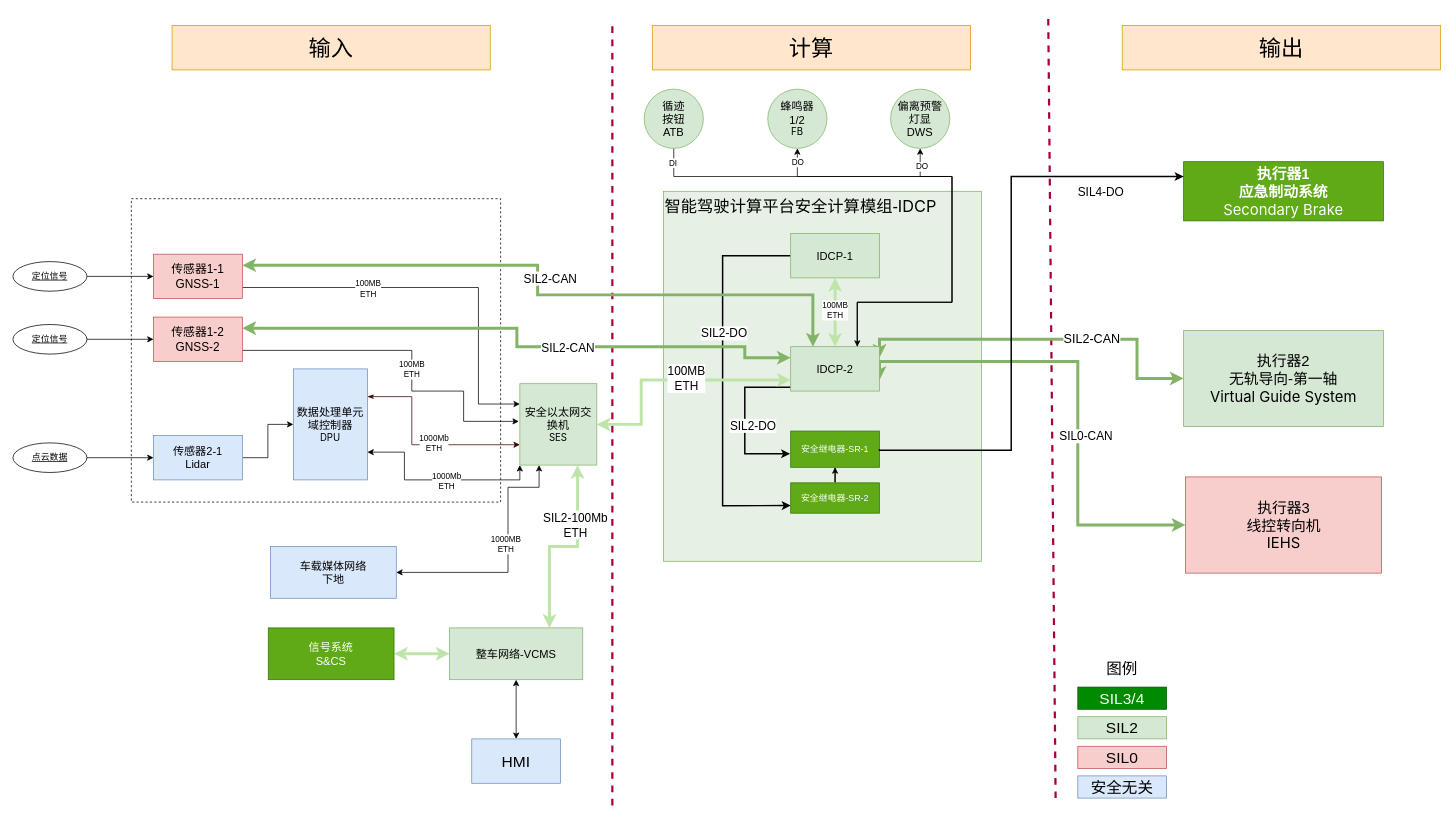
Before: page "循迹系统全连接图-240415update" (1 of 8) of 马来DAS系统关联关系图.drawio in FrankWong-cs/SharingwithColleagues, a draw.io diagram. Source tidied: cells renumbered, new cells numbered last; positions are measured from the earlier drawing's top-left corner, leaving out a move shared by most shapes. Both pictures are drawn from the tidied source at 74%, with x=0, y=0 at pixel (13, 13).
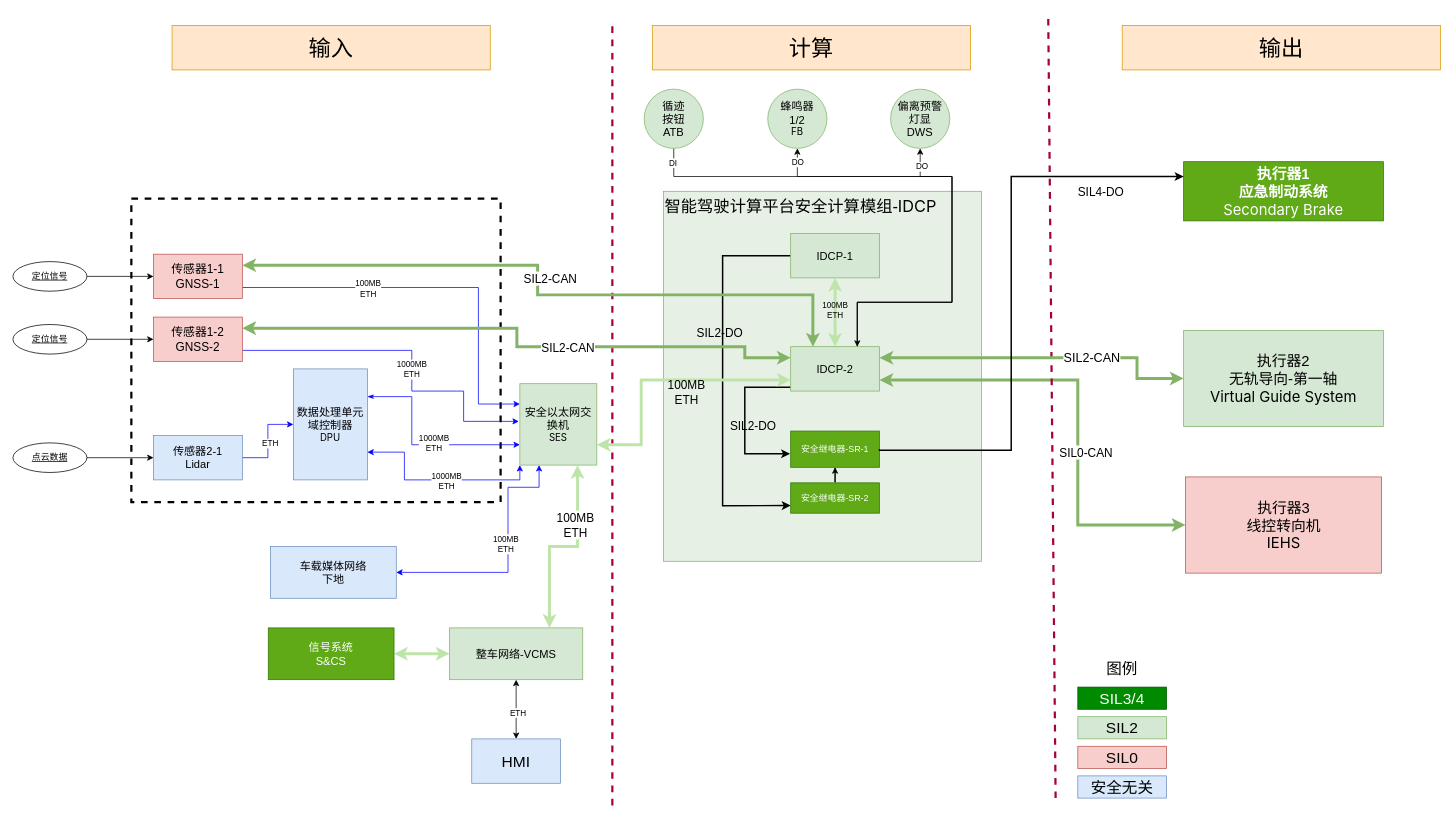
After the change.

Commit message:
Update 马来DAS系统关联关系图.drawio

The change refers to these unchanged cells:
```xml
<mxCell id="5" value="传感器1-1&lt;br style=&quot;font-size: 16px;&quot;&gt;GNSS-1" style="rounded=0;whiteSpace=wrap;html=1;fillColor=#f8cecc;strokeColor=#b85450;fontSize=16;" parent="1" vertex="1">
  <mxGeometry x="190" y="325" width="120" height="60" as="geometry" />
</mxCell>
<mxCell id="8" value="传感器1-2&lt;br style=&quot;font-size: 16px;&quot;&gt;GNSS-2" style="rounded=0;whiteSpace=wrap;html=1;fillColor=#f8cecc;strokeColor=#b85450;fontSize=16;" parent="1" vertex="1">
  <mxGeometry x="190" y="410" width="120" height="60" as="geometry" />
</mxCell>
<mxCell id="10" value="传感器2-1&lt;br style=&quot;font-size: 15px;&quot;&gt;Lidar" style="rounded=0;whiteSpace=wrap;html=1;fillColor=#dae8fc;strokeColor=#6c8ebf;fontSize=15;" parent="1" vertex="1">
  <mxGeometry x="190" y="570" width="120" height="60" as="geometry" />
</mxCell>
<mxCell id="21" value="数据处理单元&lt;div&gt;域控制器&lt;/div&gt;&lt;div&gt;&lt;div style=&quot;font-size: 13px;&quot;&gt;&lt;div style=&quot;white-space: pre;&quot;&gt;&lt;span style=&quot;font-family: LarkHackSafariFont, LarkEmojiFont, LarkChineseQuote, -apple-system, BlinkMacSystemFont, &amp;quot;Helvetica Neue&amp;quot;, Tahoma, &amp;quot;PingFang SC&amp;quot;, &amp;quot;Microsoft Yahei&amp;quot;, Arial, &amp;quot;Hiragino Sans GB&amp;quot;, sans-serif, &amp;quot;Apple Color Emoji&amp;quot;, &amp;quot;Segoe UI Emoji&amp;quot;, &amp;quot;Segoe UI Symbol&amp;quot;, &amp;quot;Noto Color Emoji&amp;quot;;&quot;&gt;DPU&lt;/span&gt;&lt;/div&gt;&lt;/div&gt;&lt;/div&gt;" style="whiteSpace=wrap;html=1;align=center;fillColor=#dae8fc;strokeColor=#6c8ebf;verticalAlign=middle;fontSize=15;" parent="1" vertex="1">
  <mxGeometry x="379" y="480" width="100" height="150" as="geometry" />
</mxCell>
<mxCell id="25" value="&lt;div style=&quot;font-size: 20px;&quot;&gt;&lt;font style=&quot;font-size: 20px;&quot;&gt;执行器3&lt;br style=&quot;font-size: 20px;&quot;&gt;&lt;/font&gt;&lt;/div&gt;&lt;font style=&quot;font-size: 20px;&quot;&gt;线控转向机&lt;br style=&quot;font-size: 20px;&quot;&gt;&lt;div style=&quot;font-size: 20px;&quot;&gt;&lt;div style=&quot;white-space: pre; font-size: 20px;&quot;&gt;&lt;span style=&quot;font-family: LarkHackSafariFont, LarkEmojiFont, LarkChineseQuote, -apple-system, BlinkMacSystemFont, &amp;quot;Helvetica Neue&amp;quot;, Tahoma, &amp;quot;PingFang SC&amp;quot;, &amp;quot;Microsoft Yahei&amp;quot;, Arial, &amp;quot;Hiragino Sans GB&amp;quot;, sans-serif, &amp;quot;Apple Color Emoji&amp;quot;, &amp;quot;Segoe UI Emoji&amp;quot;, &amp;quot;Segoe UI Symbol&amp;quot;, &amp;quot;Noto Color Emoji&amp;quot;; font-size: 20px;&quot;&gt;IEHS&lt;/span&gt;&lt;/div&gt;&lt;/div&gt;&lt;/font&gt;" style="whiteSpace=wrap;html=1;align=center;fontSize=20;fillColor=#f8cecc;strokeColor=#b85450;" parent="1" vertex="1">
  <mxGeometry x="1584.5" y="626" width="265" height="130" as="geometry" />
</mxCell>
<mxCell id="29" style="edgeStyle=orthogonalEdgeStyle;rounded=0;jettySize=auto;html=1;exitX=0.75;exitY=0;exitDx=0;exitDy=0;strokeWidth=4;startArrow=classic;startFill=1;fillColor=#d5e8d4;strokeColor=#bfe4aa;entryX=0.75;entryY=1;entryDx=0;entryDy=0;" parent="1" edge="1" source="32" target="60">
  <mxGeometry relative="1" as="geometry" />
</mxCell>
<mxCell id="31" style="edgeStyle=orthogonalEdgeStyle;rounded=0;jettySize=auto;html=1;exitX=0.5;exitY=1;exitDx=0;exitDy=0;entryX=0.5;entryY=0;entryDx=0;entryDy=0;startArrow=classic;startFill=1;" parent="1" edge="1" source="32" target="41">
  <mxGeometry relative="1" as="geometry" />
</mxCell>
<mxCell id="37" value="执行器2&lt;br style=&quot;font-size: 20px;&quot;&gt;无轨导向-第一轴&lt;div style=&quot;font-size: 20px;&quot;&gt;&lt;div style=&quot;font-size: 20px;&quot;&gt;&lt;div style=&quot;white-space: pre; font-size: 20px;&quot;&gt;&lt;span style=&quot;font-family: LarkHackSafariFont, LarkEmojiFont, LarkChineseQuote, -apple-system, BlinkMacSystemFont, &amp;quot;Helvetica Neue&amp;quot;, Tahoma, &amp;quot;PingFang SC&amp;quot;, &amp;quot;Microsoft Yahei&amp;quot;, Arial, &amp;quot;Hiragino Sans GB&amp;quot;, sans-serif, &amp;quot;Apple Color Emoji&amp;quot;, &amp;quot;Segoe UI Emoji&amp;quot;, &amp;quot;Segoe UI Symbol&amp;quot;, &amp;quot;Noto Color Emoji&amp;quot;; font-size: 20px;&quot;&gt;Virtual Guide System&lt;/span&gt;&lt;/div&gt;&lt;/div&gt;&lt;/div&gt;" style="whiteSpace=wrap;html=1;align=center;fontSize=20;fillColor=#d5e8d4;strokeColor=#82b366;" parent="1" vertex="1">
  <mxGeometry x="1582" y="428" width="270" height="130" as="geometry" />
</mxCell>
<mxCell id="42" style="edgeStyle=orthogonalEdgeStyle;rounded=0;jettySize=auto;html=1;exitX=0;exitY=0.5;exitDx=0;exitDy=0;entryX=0;entryY=0.75;entryDx=0;entryDy=0;strokeWidth=2;" parent="1" edge="1" source="44" target="57">
  <mxGeometry relative="1" as="geometry">
    <Array as="points">
      <mxPoint x="959" y="327" />
      <mxPoint x="959" y="665" />
    </Array>
  </mxGeometry>
</mxCell>
<mxCell id="45" style="edgeStyle=orthogonalEdgeStyle;rounded=0;jettySize=auto;html=1;exitX=0;exitY=0.913;exitDx=0;exitDy=0;entryX=-0.007;entryY=0.626;entryDx=0;entryDy=0;strokeWidth=2;exitPerimeter=0;entryPerimeter=0;" parent="1" edge="1" source="54" target="55">
  <mxGeometry relative="1" as="geometry">
    <Array as="points">
      <mxPoint x="989" y="505" />
      <mxPoint x="989" y="595" />
      <mxPoint x="1050" y="595" />
    </Array>
  </mxGeometry>
</mxCell>
<mxCell id="47" style="edgeStyle=orthogonalEdgeStyle;rounded=0;jettySize=auto;html=1;entryX=0.5;entryY=1;entryDx=0;entryDy=0;startArrow=classic;startFill=1;strokeColor=#bfe4aa;strokeWidth=4;fillColor=#d5e8d4;" parent="1" edge="1" source="54" target="44">
  <mxGeometry relative="1" as="geometry" />
</mxCell>
<mxCell id="54" value="IDCP-2" style="rounded=0;whiteSpace=wrap;html=1;fillColor=#d5e8d4;fontColor=default;strokeColor=#82b366;fontSize=15;" parent="1" vertex="1">
  <mxGeometry x="1051" y="450" width="120" height="60" as="geometry" />
</mxCell>
<mxCell id="60" value="安全以太网交换机&lt;div&gt;&lt;div style=&quot;font-size: 13px;&quot;&gt;&lt;div style=&quot;white-space: pre;&quot;&gt;&lt;span style=&quot;font-family: LarkHackSafariFont, LarkEmojiFont, LarkChineseQuote, -apple-system, BlinkMacSystemFont, &amp;quot;Helvetica Neue&amp;quot;, Tahoma, &amp;quot;PingFang SC&amp;quot;, &amp;quot;Microsoft Yahei&amp;quot;, Arial, &amp;quot;Hiragino Sans GB&amp;quot;, sans-serif, &amp;quot;Apple Color Emoji&amp;quot;, &amp;quot;Segoe UI Emoji&amp;quot;, &amp;quot;Segoe UI Symbol&amp;quot;, &amp;quot;Noto Color Emoji&amp;quot;;&quot;&gt;SES&lt;/span&gt;&lt;/div&gt;&lt;/div&gt;&lt;/div&gt;" style="whiteSpace=wrap;html=1;align=center;fontSize=15;fillColor=#d5e8d4;strokeColor=#82b366;" parent="1" vertex="1">
  <mxGeometry x="685" y="500" width="104" height="110" as="geometry" />
</mxCell>
<mxCell id="75" value="车载媒体网络&lt;br&gt;下地" style="whiteSpace=wrap;html=1;align=center;fontSize=15;fillColor=#dae8fc;fontColor=default;strokeColor=#6c8ebf;rounded=0;" parent="1" vertex="1">
  <mxGeometry x="348" y="720" width="170" height="70" as="geometry" />
</mxCell>
```

Diff of the diagram source:
```diff
@@
-    <mxCell id="2" style="rounded=0;whiteSpace=wrap;html=1;fillStyle=dashed;dashed=1;" parent="1" vertex="1">
+    <mxCell id="2" style="rounded=0;whiteSpace=wrap;html=1;fillStyle=dashed;dashed=1;strokeWidth=3;" parent="1" vertex="1">
       <mxGeometry x="160" y="250" width="499" height="410" as="geometry" />
     </mxCell>
-    <mxCell id="3" style="edgeStyle=orthogonalEdgeStyle;rounded=0;jettySize=auto;html=1;exitX=1;exitY=0.75;exitDx=0;exitDy=0;entryX=0;entryY=0.25;entryDx=0;entryDy=0;" parent="1" edge="1" source="5" target="60">
+    <mxCell id="3" style="edgeStyle=orthogonalEdgeStyle;rounded=0;jettySize=auto;html=1;exitX=1;exitY=0.75;exitDx=0;exitDy=0;entryX=0;entryY=0.25;entryDx=0;entryDy=0;strokeColor=#0000FF;" parent="1" edge="1" source="5" target="60">
       <mxGeometry relative="1" as="geometry">
         <Array as="points">
           <mxPoint x="629" y="370" />
           <mxPoint x="629" y="528" />
         </Array>
       </mxGeometry>
     </mxCell>
@@
-    <mxCell id="6" style="edgeStyle=orthogonalEdgeStyle;rounded=0;jettySize=auto;html=1;exitX=1;exitY=0.75;exitDx=0;exitDy=0;fontFamily=Helvetica;fontSize=15;fontColor=#ffffff;entryX=-0.013;entryY=0.463;entryDx=0;entryDy=0;entryPerimeter=0;" parent="1" edge="1" source="8" target="60">
+    <mxCell id="6" style="edgeStyle=orthogonalEdgeStyle;rounded=0;jettySize=auto;html=1;exitX=1;exitY=0.75;exitDx=0;exitDy=0;fontFamily=Helvetica;fontSize=15;fontColor=#ffffff;entryX=-0.013;entryY=0.463;entryDx=0;entryDy=0;entryPerimeter=0;strokeColor=#0000FF;" parent="1" edge="1" source="8" target="60">
       <mxGeometry relative="1" as="geometry">
         <Array as="points">
           <mxPoint x="539" y="455" />
           <mxPoint x="539" y="510" />
           <mxPoint x="609" y="510" />
           <mxPoint x="609" y="551" />
         </Array>
       </mxGeometry>
     </mxCell>
-    <mxCell id="7" value="&lt;font color=&quot;#000000&quot;&gt;100MB&lt;/font&gt;&lt;div&gt;&lt;font color=&quot;#000000&quot;&gt;ETH&lt;/font&gt;&lt;/div&gt;" style="edgeLabel;html=1;align=center;verticalAlign=middle;fontSize=11;fontFamily=Helvetica;fontColor=default;" parent="6" vertex="1">
+    <mxCell id="7" value="&lt;font color=&quot;#000000&quot;&gt;1000MB&lt;/font&gt;&lt;div&gt;&lt;font color=&quot;#000000&quot;&gt;ETH&lt;/font&gt;&lt;/div&gt;" style="edgeLabel;html=1;align=center;verticalAlign=middle;fontSize=11;fontFamily=Helvetica;fontColor=default;" parent="6" vertex="1">
       <mxGeometry x="-0.03" relative="1" as="geometry">
         <mxPoint y="25" as="offset" />
       </mxGeometry>
     </mxCell>
@@
-    <mxCell id="9" style="edgeStyle=orthogonalEdgeStyle;rounded=0;jettySize=auto;html=1;exitX=1;exitY=0.5;exitDx=0;exitDy=0;" parent="1" edge="1" source="10" target="21">
+    <mxCell id="9" style="edgeStyle=orthogonalEdgeStyle;rounded=0;jettySize=auto;html=1;exitX=1;exitY=0.5;exitDx=0;exitDy=0;strokeColor=#0000FF;" parent="1" edge="1" source="10" target="21">
       <mxGeometry relative="1" as="geometry" />
     </mxCell>
+    <mxCell id="81" value="&amp;nbsp;ETH" style="edgeLabel;html=1;align=center;verticalAlign=middle;" parent="9" vertex="1">
+      <mxGeometry x="-0.06" y="-1" relative="1" as="geometry" />
+    </mxCell>
@@
-    <mxCell id="17" style="edgeStyle=orthogonalEdgeStyle;rounded=0;jettySize=auto;html=1;exitX=1;exitY=0.25;exitDx=0;exitDy=0;strokeWidth=1;startArrow=classicThin;startFill=1;strokeColor=#330000;entryX=0;entryY=0.75;entryDx=0;entryDy=0;" parent="1" edge="1" source="21" target="60">
+    <mxCell id="17" style="edgeStyle=orthogonalEdgeStyle;rounded=0;jettySize=auto;html=1;exitX=1;exitY=0.25;exitDx=0;exitDy=0;strokeWidth=1;startArrow=classicThin;startFill=1;strokeColor=#0000FF;entryX=0;entryY=0.75;entryDx=0;entryDy=0;" parent="1" edge="1" source="21" target="60">
       <mxGeometry relative="1" as="geometry">
         <Array as="points">
           <mxPoint x="539" y="518" />
           <mxPoint x="539" y="583" />
         </Array>
       </mxGeometry>
     </mxCell>
-    <mxCell id="18" value="1000Mb&lt;br style=&quot;font-size: 11px;&quot;&gt;ETH" style="edgeLabel;html=1;align=center;verticalAlign=middle;fontSize=11;" parent="17" vertex="1">
+    <mxCell id="18" value="1000MB&lt;br style=&quot;font-size: 11px;&quot;&gt;ETH" style="edgeLabel;html=1;align=center;verticalAlign=middle;fontSize=11;" parent="17" vertex="1">
       <mxGeometry x="0.44" y="-2" relative="1" as="geometry">
         <mxPoint x="-41" y="-4" as="offset" />
       </mxGeometry>
     </mxCell>
-    <mxCell id="19" style="edgeStyle=orthogonalEdgeStyle;rounded=0;jettySize=auto;html=1;exitX=1;exitY=0.75;exitDx=0;exitDy=0;entryX=0;entryY=1;entryDx=0;entryDy=0;startArrow=classic;startFill=1;" parent="1" edge="1" source="21" target="60">
+    <mxCell id="19" style="edgeStyle=orthogonalEdgeStyle;rounded=0;jettySize=auto;html=1;exitX=1;exitY=0.75;exitDx=0;exitDy=0;entryX=0;entryY=1;entryDx=0;entryDy=0;startArrow=classic;startFill=1;strokeColor=#0000FF;" parent="1" edge="1" source="21" target="60">
       <mxGeometry relative="1" as="geometry">
         <Array as="points">
           <mxPoint x="529" y="593" />
           <mxPoint x="529" y="630" />
           <mxPoint x="685" y="630" />
         </Array>
       </mxGeometry>
     </mxCell>
-    <mxCell id="20" value="1000Mb&lt;br&gt;ETH" style="edgeLabel;html=1;align=center;verticalAlign=middle;" parent="19" vertex="1">
+    <mxCell id="20" value="1000MB&lt;br&gt;ETH" style="edgeLabel;html=1;align=center;verticalAlign=middle;" parent="19" vertex="1">
       <mxGeometry x="0.09" y="-1" relative="1" as="geometry" />
     </mxCell>
@@
     <mxCell id="23" style="edgeStyle=orthogonalEdgeStyle;rounded=0;jettySize=auto;html=1;exitX=0;exitY=0.5;exitDx=0;exitDy=0;entryX=1;entryY=0.75;entryDx=0;entryDy=0;startArrow=classic;startFill=1;strokeColor=#82b366;strokeWidth=4;align=center;verticalAlign=middle;fontFamily=Helvetica;fontSize=11;fontColor=default;labelBackgroundColor=default;endArrow=classic;fillColor=#d5e8d4;" parent="1" edge="1" source="25" target="54">
       <mxGeometry relative="1" as="geometry">
         <Array as="points">
           <mxPoint x="1439" y="691" />
-          <mxPoint x="1439" y="470" />
+          <mxPoint x="1439" y="495" />
         </Array>
       </mxGeometry>
     </mxCell>
@@
-    <mxCell id="30" value="SIL2-100Mb&lt;br style=&quot;font-size: 16px;&quot;&gt;ETH" style="edgeLabel;html=1;align=center;verticalAlign=middle;fontSize=16;" parent="29" vertex="1">
+    <mxCell id="30" value="100MB&lt;br style=&quot;font-size: 16px;&quot;&gt;ETH" style="edgeLabel;html=1;align=center;verticalAlign=middle;fontSize=16;" parent="29" vertex="1">
       <mxGeometry x="0.12" relative="1" as="geometry">
         <mxPoint y="-30" as="offset" />
       </mxGeometry>
     </mxCell>
@@
+    <mxCell id="82" value="&amp;nbsp;ETH" style="edgeLabel;html=1;align=center;verticalAlign=middle;" parent="31" vertex="1">
+      <mxGeometry x="0.1" relative="1" as="geometry" />
+    </mxCell>
@@
     <mxCell id="35" style="edgeStyle=orthogonalEdgeStyle;rounded=0;jettySize=auto;html=1;exitX=0;exitY=0.5;exitDx=0;exitDy=0;entryX=1;entryY=0.25;entryDx=0;entryDy=0;strokeWidth=4;fillColor=#d5e8d4;strokeColor=#82b366;startArrow=classic;startFill=1;" parent="1" edge="1" source="37" target="54">
       <mxGeometry relative="1" as="geometry">
         <Array as="points">
           <mxPoint x="1519" y="493" />
-          <mxPoint x="1519" y="440" />
+          <mxPoint x="1519" y="465" />
         </Array>
       </mxGeometry>
     </mxCell>
@@
-    <mxCell id="43" value="SIL2-DO" style="edgeLabel;html=1;align=center;verticalAlign=middle;fontSize=16;" parent="42" vertex="1">
-      <mxGeometry x="-0.25" y="1" relative="1" as="geometry" />
+    <mxCell id="43" value="SIL2-DO" style="edgeLabel;html=1;align=center;verticalAlign=middle;fontSize=16;labelBackgroundColor=none;" parent="42" vertex="1">
+      <mxGeometry x="-0.25" y="1" relative="1" as="geometry">
+        <mxPoint x="-6" as="offset" />
+      </mxGeometry>
     </mxCell>
@@
-    <mxCell id="46" value="SIL2-DO" style="edgeLabel;html=1;align=center;verticalAlign=middle;fontSize=16;" parent="45" vertex="1">
+    <mxCell id="46" value="SIL2-DO" style="edgeLabel;html=1;align=center;verticalAlign=middle;fontSize=16;labelBackgroundColor=none;" parent="45" vertex="1">
       <mxGeometry x="0.07" y="-3" relative="1" as="geometry">
         <mxPoint x="13" as="offset" />
       </mxGeometry>
     </mxCell>
@@
-    <mxCell id="49" value="100MB&lt;div&gt;ETH&lt;/div&gt;" style="edgeLabel;html=1;align=center;verticalAlign=middle;" parent="47" vertex="1">
+    <mxCell id="49" value="100MB&lt;div&gt;ETH&lt;/div&gt;" style="edgeLabel;html=1;align=center;verticalAlign=middle;labelBackgroundColor=none;" parent="47" vertex="1">
       <mxGeometry x="-0.08" y="1" relative="1" as="geometry">
         <mxPoint y="-7" as="offset" />
       </mxGeometry>
     </mxCell>
@@
-    <mxCell id="58" style="edgeStyle=orthogonalEdgeStyle;rounded=0;jettySize=auto;html=1;exitX=1;exitY=0.5;exitDx=0;exitDy=0;entryX=0;entryY=0.75;entryDx=0;entryDy=0;strokeColor=#bfe4aa;strokeWidth=4;fillColor=#d5e8d4;startArrow=classic;startFill=1;" parent="1" edge="1" source="60" target="54">
+    <mxCell id="58" style="edgeStyle=orthogonalEdgeStyle;rounded=0;jettySize=auto;html=1;exitX=1;exitY=0.75;exitDx=0;exitDy=0;entryX=0;entryY=0.75;entryDx=0;entryDy=0;strokeColor=#bfe4aa;strokeWidth=4;fillColor=#d5e8d4;startArrow=classic;startFill=1;" parent="1" edge="1" source="60" target="54">
       <mxGeometry relative="1" as="geometry">
         <Array as="points">
-          <mxPoint x="849" y="555" />
+          <mxPoint x="849" y="583" />
           <mxPoint x="849" y="495" />
         </Array>
       </mxGeometry>
     </mxCell>
-    <mxCell id="59" value="100MB&lt;div style=&quot;font-size: 16px;&quot;&gt;ETH&lt;/div&gt;" style="edgeLabel;html=1;align=center;verticalAlign=middle;fontSize=16;" parent="58" vertex="1">
+    <mxCell id="59" value="100MB&lt;div style=&quot;font-size: 16px;&quot;&gt;ETH&lt;/div&gt;" style="edgeLabel;html=1;align=center;verticalAlign=middle;fontSize=16;labelBackgroundColor=none;" parent="58" vertex="1">
       <mxGeometry x="-0.43" y="-3" relative="1" as="geometry">
         <mxPoint x="57" y="-31" as="offset" />
       </mxGeometry>
     </mxCell>
@@
-    <mxCell id="73" style="edgeStyle=orthogonalEdgeStyle;rounded=0;jettySize=auto;html=1;exitX=1;exitY=0.5;exitDx=0;exitDy=0;entryX=0.25;entryY=1;entryDx=0;entryDy=0;fontFamily=Helvetica;fontSize=15;fontColor=#ffffff;startArrow=classic;startFill=1;" parent="1" edge="1" source="75" target="60">
+    <mxCell id="73" style="edgeStyle=orthogonalEdgeStyle;rounded=0;jettySize=auto;html=1;exitX=1;exitY=0.5;exitDx=0;exitDy=0;entryX=0.25;entryY=1;entryDx=0;entryDy=0;fontFamily=Helvetica;fontSize=15;fontColor=#ffffff;startArrow=classic;startFill=1;strokeColor=#0000FF;" parent="1" edge="1" source="75" target="60">
       <mxGeometry relative="1" as="geometry">
         <Array as="points">
           <mxPoint x="669" y="755" />
           <mxPoint x="669" y="640" />
           <mxPoint x="711" y="640" />
         </Array>
       </mxGeometry>
     </mxCell>
-    <mxCell id="74" value="&lt;span style=&quot;font-size: 11px;&quot;&gt;1000MB&lt;/span&gt;&lt;br style=&quot;font-size: 11px;&quot;&gt;&lt;span style=&quot;font-size: 11px;&quot;&gt;ETH&lt;/span&gt;" style="edgeLabel;html=1;align=center;verticalAlign=middle;fontSize=11;" parent="73" vertex="1">
+    <mxCell id="74" value="&lt;span style=&quot;font-size: 11px;&quot;&gt;100MB&lt;/span&gt;&lt;br style=&quot;font-size: 11px;&quot;&gt;&lt;span style=&quot;font-size: 11px;&quot;&gt;ETH&lt;/span&gt;" style="edgeLabel;html=1;align=center;verticalAlign=middle;fontSize=11;" parent="73" vertex="1">
       <mxGeometry x="0.04" y="-1" relative="1" as="geometry">
         <mxPoint x="-5" y="-14" as="offset" />
       </mxGeometry>
     </mxCell>
```
